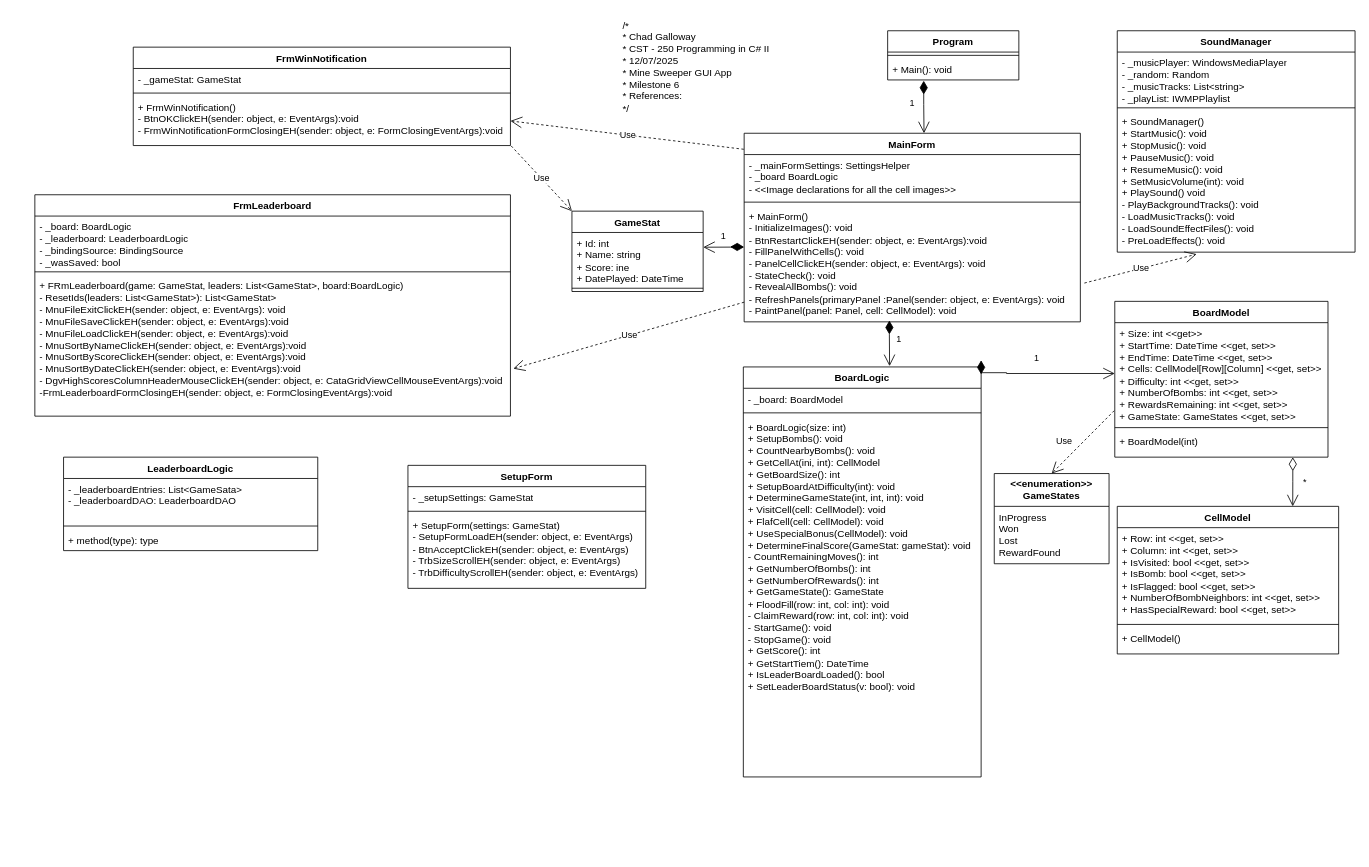
CGalloway3/CST-250-Projects keeps this draw.io diagram as Milestone6/Pictures/CST-250-Milestone6_UML.drawio. Above is the earlier version. Source tidied: cells renumbered, new cells numbered last; positions are measured from the earlier drawing's top-left corner, leaving out a move shared by most shapes. Both pictures are drawn from the tidied source at 82%, with x=0, y=0 at pixel (34, 14).
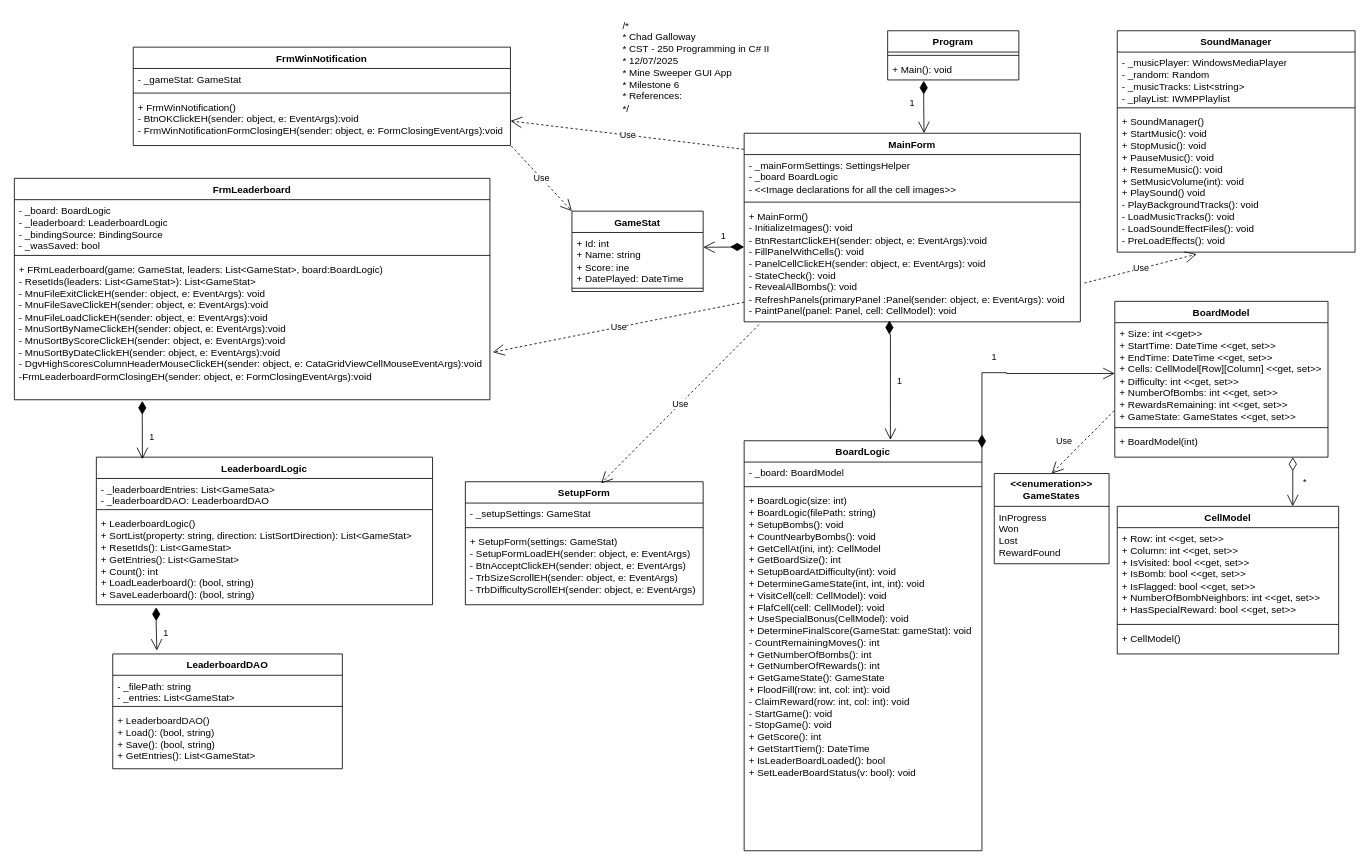
The same diagram, later.

The change refers to these unchanged cells:
```xml
<mxCell id="24" value="+ MainForm()&lt;div&gt;- InitializeImages(): void&lt;/div&gt;&lt;div&gt;- BtnRestartClickEH&lt;span style=&quot;background-color: transparent; color: light-dark(rgb(0, 0, 0), rgb(255, 255, 255));&quot;&gt;(sender: object, e: EventArgs):void&lt;/span&gt;&lt;/div&gt;&lt;div&gt;&lt;span style=&quot;background-color: transparent; color: light-dark(rgb(0, 0, 0), rgb(255, 255, 255));&quot;&gt;- FillPanelWithCells(): void&lt;/span&gt;&lt;/div&gt;&lt;div&gt;&lt;span style=&quot;background-color: transparent; color: light-dark(rgb(0, 0, 0), rgb(255, 255, 255));&quot;&gt;- PanelCellClickEH&lt;/span&gt;&lt;span style=&quot;background-color: transparent; color: light-dark(rgb(0, 0, 0), rgb(255, 255, 255));&quot;&gt;(sender: object, e: EventArgs): void&lt;/span&gt;&lt;/div&gt;&lt;div&gt;&lt;span style=&quot;background-color: transparent; color: light-dark(rgb(0, 0, 0), rgb(255, 255, 255));&quot;&gt;- StateCheck(): void&lt;/span&gt;&lt;/div&gt;&lt;div&gt;&lt;span style=&quot;background-color: transparent; color: light-dark(rgb(0, 0, 0), rgb(255, 255, 255));&quot;&gt;- RevealAllBombs(): void&lt;/span&gt;&lt;/div&gt;&lt;div&gt;&lt;span style=&quot;background-color: transparent; color: light-dark(rgb(0, 0, 0), rgb(255, 255, 255));&quot;&gt;- RefreshPanels(primaryPanel :Panel&lt;/span&gt;&lt;span style=&quot;background-color: transparent; color: light-dark(rgb(0, 0, 0), rgb(255, 255, 255));&quot;&gt;(sender: object, e: EventArgs): void&lt;/span&gt;&lt;/div&gt;&lt;div&gt;&lt;span style=&quot;background-color: transparent; color: light-dark(rgb(0, 0, 0), rgb(255, 255, 255));&quot;&gt;- PaintPanel(panel: Panel, cell: CellModel): void&lt;/span&gt;&lt;/div&gt;" style="text;strokeColor=none;fillColor=none;align=left;verticalAlign=top;spacingLeft=4;spacingRight=4;overflow=hidden;points=[[0,0.5],[1,0.5]];portConstraint=eastwest;whiteSpace=wrap;html=1;" parent="21" vertex="1">
  <mxGeometry y="88" width="410" height="142" as="geometry" />
</mxCell>
<mxCell id="40" value="+ FRmLeaderboard(game: GameStat, leaders: List&amp;lt;GameStat&amp;gt;, board:BoardLogic)&lt;div&gt;- ResetIds(leaders: List&amp;lt;GameStat&amp;gt;): List&amp;lt;GameStat&amp;gt;&lt;/div&gt;&lt;div&gt;- MnuFileExitClickEH&lt;span style=&quot;background-color: transparent; color: light-dark(rgb(0, 0, 0), rgb(255, 255, 255));&quot;&gt;(sender: object, e: EventArgs): void&lt;/span&gt;&lt;/div&gt;&lt;div&gt;- MnuFileSaveClickEH&lt;span style=&quot;background-color: transparent; color: light-dark(rgb(0, 0, 0), rgb(255, 255, 255));&quot;&gt;(sender: object, e: EventArgs):void&lt;/span&gt;&lt;/div&gt;&lt;div&gt;- MnuFileLoadClickEH&lt;span style=&quot;background-color: transparent; color: light-dark(rgb(0, 0, 0), rgb(255, 255, 255));&quot;&gt;(sender: object, e: EventArgs):void&lt;/span&gt;&lt;/div&gt;&lt;div&gt;- MnuSortByNameClickEH&lt;span style=&quot;background-color: transparent; color: light-dark(rgb(0, 0, 0), rgb(255, 255, 255));&quot;&gt;(sender: object, e: EventArgs):void&lt;/span&gt;&lt;/div&gt;&lt;div&gt;- MnuSortByScoreClickEH&lt;span style=&quot;background-color: transparent; color: light-dark(rgb(0, 0, 0), rgb(255, 255, 255));&quot;&gt;(sender: object, e: EventArgs):void&lt;/span&gt;&lt;/div&gt;&lt;div&gt;- MnuSortByDateClickEH&lt;span style=&quot;background-color: transparent; color: light-dark(rgb(0, 0, 0), rgb(255, 255, 255));&quot;&gt;(sender: object, e: EventArgs):void&lt;/span&gt;&lt;/div&gt;&lt;div&gt;- DgvHighScoresColumnHeaderMouseClickEH&lt;span style=&quot;background-color: transparent; color: light-dark(rgb(0, 0, 0), rgb(255, 255, 255));&quot;&gt;(sender: object, e: CataGridViewCellMouseEventArgs):void&lt;/span&gt;&lt;/div&gt;&lt;div&gt;-FrmLeaderboardFormClosingEH&lt;span style=&quot;background-color: transparent; color: light-dark(rgb(0, 0, 0), rgb(255, 255, 255));&quot;&gt;(sender: object, e: FormClosingEventArgs):void&lt;/span&gt;&lt;/div&gt;" style="text;strokeColor=none;fillColor=none;align=left;verticalAlign=top;spacingLeft=4;spacingRight=4;overflow=hidden;points=[[0,0.5],[1,0.5]];portConstraint=eastwest;whiteSpace=wrap;html=1;" parent="37" vertex="1">
  <mxGeometry y="98" width="580" height="172" as="geometry" />
</mxCell>
```

Diff of the diagram source:
```diff
@@
     <mxCell id="10" value="BoardLogic" style="swimlane;fontStyle=1;align=center;verticalAlign=top;horizontal=1;startSize=26;whiteSpace=wrap;html=1;" parent="1" vertex="1">
-      <mxGeometry x="864" y="430" width="290" height="500" as="geometry" />
+      <mxGeometry x="865" y="520" width="290" height="500" as="geometry" />
     </mxCell>
@@
-    <mxCell id="13" value="&lt;div&gt;+ BoardLogic(size: int)&lt;/div&gt;+ SetupBombs(): void&lt;div&gt;+ CountNearbyBombs(): void&lt;/div&gt;&lt;div&gt;+ GetCellAt(ini, int): CellModel&lt;/div&gt;&lt;div&gt;+ GetBoardSize(): int&lt;/div&gt;&lt;div&gt;+ SetupBoardAtDifficulty(int): void&lt;/div&gt;&lt;div&gt;+ DetermineGameState(int, int, int): void&lt;/div&gt;&lt;div&gt;+ VisitCell(cell: CellModel): void&lt;/div&gt;&lt;div&gt;+ FlafCell(cell: CellModel): void&lt;/div&gt;&lt;div&gt;+ UseSpecialBonus(CellModel): void&lt;/div&gt;&lt;div&gt;+ DetermineFinalScore(GameStat: gameStat): void&lt;/div&gt;&lt;div&gt;- CountRemainingMoves(): int&lt;/div&gt;&lt;div&gt;+ GetNumberOfBombs(): int&lt;/div&gt;&lt;div&gt;+ GetNumberOfRewards(): int&lt;/div&gt;&lt;div&gt;+ GetGameState(): GameState&lt;/div&gt;&lt;div&gt;+ FloodFill(row: int, col: int): void&lt;/div&gt;&lt;div&gt;- ClaimReward(row: int, col: int): void&lt;/div&gt;&lt;div&gt;- StartGame(): void&lt;/div&gt;&lt;div&gt;- StopGame(): void&lt;/div&gt;&lt;div&gt;+ GetScore(): int&lt;/div&gt;&lt;div&gt;+ GetStartTiem(): DateTime&lt;/div&gt;&lt;div&gt;+ IsLeaderBoardLoaded(): bool&lt;/div&gt;&lt;div&gt;+ SetLeaderBoardStatus(v: bool): void&lt;/div&gt;" style="text;strokeColor=none;fillColor=none;align=left;verticalAlign=top;spacingLeft=4;spacingRight=4;overflow=hidden;whiteSpace=wrap;html=1;" parent="10" vertex="1">
+    <mxCell id="13" value="&lt;div&gt;+ BoardLogic(size: int)&lt;/div&gt;&lt;div&gt;+ BoardLogic(filePath: string)&lt;/div&gt;+ SetupBombs(): void&lt;div&gt;+ CountNearbyBombs(): void&lt;/div&gt;&lt;div&gt;+ GetCellAt(ini, int): CellModel&lt;/div&gt;&lt;div&gt;+ GetBoardSize(): int&lt;/div&gt;&lt;div&gt;+ SetupBoardAtDifficulty(int): void&lt;/div&gt;&lt;div&gt;+ DetermineGameState(int, int, int): void&lt;/div&gt;&lt;div&gt;+ VisitCell(cell: CellModel): void&lt;/div&gt;&lt;div&gt;+ FlafCell(cell: CellModel): void&lt;/div&gt;&lt;div&gt;+ UseSpecialBonus(CellModel): void&lt;/div&gt;&lt;div&gt;+ DetermineFinalScore(GameStat: gameStat): void&lt;/div&gt;&lt;div&gt;- CountRemainingMoves(): int&lt;/div&gt;&lt;div&gt;+ GetNumberOfBombs(): int&lt;/div&gt;&lt;div&gt;+ GetNumberOfRewards(): int&lt;/div&gt;&lt;div&gt;+ GetGameState(): GameState&lt;/div&gt;&lt;div&gt;+ FloodFill(row: int, col: int): void&lt;/div&gt;&lt;div&gt;- ClaimReward(row: int, col: int): void&lt;/div&gt;&lt;div&gt;- StartGame(): void&lt;/div&gt;&lt;div&gt;- StopGame(): void&lt;/div&gt;&lt;div&gt;+ GetScore(): int&lt;/div&gt;&lt;div&gt;+ GetStartTiem(): DateTime&lt;/div&gt;&lt;div&gt;+ IsLeaderBoardLoaded(): bool&lt;/div&gt;&lt;div&gt;+ SetLeaderBoardStatus(v: bool): void&lt;/div&gt;" style="text;strokeColor=none;fillColor=none;align=left;verticalAlign=top;spacingLeft=4;spacingRight=4;overflow=hidden;whiteSpace=wrap;html=1;" parent="10" vertex="1">
       <mxGeometry y="60" width="290" height="440" as="geometry" />
     </mxCell>
@@
     <mxCell id="17" value="SetupForm" style="swimlane;fontStyle=1;align=center;verticalAlign=top;horizontal=1;startSize=26;whiteSpace=wrap;html=1;" parent="1" vertex="1">
-      <mxGeometry x="455" y="550" width="290" height="150" as="geometry" />
+      <mxGeometry x="525" y="570" width="290" height="150" as="geometry" />
     </mxCell>
@@
     <mxCell id="37" value="FrmLeaderboard" style="swimlane;fontStyle=1;align=center;verticalAlign=top;horizontal=1;startSize=26;whiteSpace=wrap;html=1;" parent="1" vertex="1">
-      <mxGeometry y="220" width="580" height="270" as="geometry" />
+      <mxGeometry x="-25" y="200" width="580" height="270" as="geometry" />
     </mxCell>
@@
     <mxCell id="48" value="LeaderboardLogic" style="swimlane;fontStyle=1;align=center;verticalAlign=top;horizontal=1;startSize=26;whiteSpace=wrap;html=1;" parent="1" vertex="1">
-      <mxGeometry x="35" y="540" width="310" height="114" as="geometry" />
+      <mxGeometry x="75" y="540" width="410" height="180" as="geometry" />
     </mxCell>
     <mxCell id="49" value="- _leaderboardEntries: List&amp;lt;GameSata&amp;gt;&lt;div&gt;- _leaderboardDAO: LeaderboardDAO&lt;/div&gt;" style="text;strokeColor=none;fillColor=none;align=left;verticalAlign=top;spacingLeft=4;spacingRight=4;overflow=hidden;whiteSpace=wrap;html=1;" parent="48" vertex="1">
-      <mxGeometry y="26" width="310" height="54" as="geometry" />
+      <mxGeometry y="26" width="410" height="34" as="geometry" />
     </mxCell>
     <mxCell id="50" style="line;strokeWidth=1;fillColor=none;align=left;verticalAlign=middle;spacingTop=-1;spacingLeft=3;spacingRight=3;labelPosition=right;strokeColor=inherit;" parent="48" vertex="1">
-      <mxGeometry y="80" width="310" height="8" as="geometry" />
+      <mxGeometry y="60" width="410" height="8" as="geometry" />
     </mxCell>
-    <mxCell id="51" value="+ method(type): type" style="text;strokeColor=none;fillColor=none;align=left;verticalAlign=top;spacingLeft=4;spacingRight=4;overflow=hidden;points=[[0,0.5],[1,0.5]];portConstraint=eastwest;whiteSpace=wrap;html=1;" parent="48" vertex="1">
-      <mxGeometry y="88" width="310" height="26" as="geometry" />
+    <mxCell id="51" value="+ LeaderboardLogic()&lt;div&gt;+ SortList(property: string, direction: ListSortDirection): List&amp;lt;GameStat&amp;gt;&lt;/div&gt;&lt;div&gt;+ ResetIds(): List&amp;lt;GameStat&amp;gt;&lt;/div&gt;&lt;div&gt;+ GetEntries(): List&amp;lt;GameStat&amp;gt;&lt;/div&gt;&lt;div&gt;+ Count(): int&lt;/div&gt;&lt;div&gt;+ LoadLeaderboard(): (bool, string)&lt;/div&gt;&lt;div&gt;+ SaveLeaderboard(): (bool, string)&lt;/div&gt;" style="text;strokeColor=none;fillColor=none;align=left;verticalAlign=top;spacingLeft=4;spacingRight=4;overflow=hidden;points=[[0,0.5],[1,0.5]];portConstraint=eastwest;whiteSpace=wrap;html=1;" parent="48" vertex="1">
+      <mxGeometry y="68" width="410" height="112" as="geometry" />
     </mxCell>
@@
+    <mxCell id="57" value="LeaderboardDAO" style="swimlane;fontStyle=1;align=center;verticalAlign=top;horizontal=1;startSize=26;whiteSpace=wrap;html=1;" parent="1" vertex="1">
+      <mxGeometry x="95" y="780" width="280" height="140" as="geometry" />
+    </mxCell>
+    <mxCell id="58" value="- _filePath: string&lt;div&gt;- _entries: List&amp;lt;GameStat&amp;gt;&lt;/div&gt;" style="text;strokeColor=none;fillColor=none;align=left;verticalAlign=top;spacingLeft=4;spacingRight=4;overflow=hidden;whiteSpace=wrap;html=1;" parent="57" vertex="1">
+      <mxGeometry y="26" width="280" height="34" as="geometry" />
+    </mxCell>
+    <mxCell id="59" style="line;strokeWidth=1;fillColor=none;align=left;verticalAlign=middle;spacingTop=-1;spacingLeft=3;spacingRight=3;labelPosition=right;strokeColor=inherit;" parent="57" vertex="1">
+      <mxGeometry y="60" width="280" height="8" as="geometry" />
+    </mxCell>
+    <mxCell id="60" value="+ LeaderboardDAO()&lt;div&gt;+ Load(): (bool, string)&lt;/div&gt;&lt;div&gt;+ Save(): (bool, string)&lt;/div&gt;&lt;div&gt;+ GetEntries(): List&amp;lt;GameStat&amp;gt;&lt;/div&gt;" style="text;strokeColor=none;fillColor=none;align=left;verticalAlign=top;spacingLeft=4;spacingRight=4;overflow=hidden;whiteSpace=wrap;html=1;" parent="57" vertex="1">
+      <mxGeometry y="68" width="280" height="72" as="geometry" />
+    </mxCell>
+    <mxCell id="61" value="Use" style="endArrow=open;endSize=12;dashed=1;html=1;rounded=0;exitX=0.044;exitY=1.024;exitDx=0;exitDy=0;exitPerimeter=0;entryX=0.571;entryY=0.013;entryDx=0;entryDy=0;entryPerimeter=0;" parent="1" edge="1" source="24" target="17">
+      <mxGeometry relative="1" as="geometry" />
+    </mxCell>
+    <mxCell id="62" value="1" style="endArrow=open;html=1;endSize=12;startArrow=diamondThin;startSize=14;startFill=1;edgeStyle=orthogonalEdgeStyle;align=left;verticalAlign=bottom;rounded=0;exitX=0.178;exitY=1.027;exitDx=0;exitDy=0;exitPerimeter=0;entryX=0.192;entryY=-0.029;entryDx=0;entryDy=0;entryPerimeter=0;" parent="1" edge="1" source="51" target="57">
+      <mxGeometry x="0.5" y="7" relative="1" as="geometry">
+        <Array as="points">
+          <mxPoint x="149" y="745" />
+        </Array>
+      </mxGeometry>
+    </mxCell>
+    <mxCell id="63" value="1" style="endArrow=open;html=1;endSize=12;startArrow=diamondThin;startSize=14;startFill=1;edgeStyle=orthogonalEdgeStyle;align=left;verticalAlign=bottom;rounded=0;exitX=0.269;exitY=1.008;exitDx=0;exitDy=0;exitPerimeter=0;entryX=0.137;entryY=0.014;entryDx=0;entryDy=0;entryPerimeter=0;" parent="1" edge="1" source="40" target="48">
+      <mxGeometry x="0.5" y="7" relative="1" as="geometry">
+        <Array as="points">
+          <mxPoint x="131" y="490" />
+          <mxPoint x="131" y="490" />
+        </Array>
+      </mxGeometry>
+    </mxCell>
```
